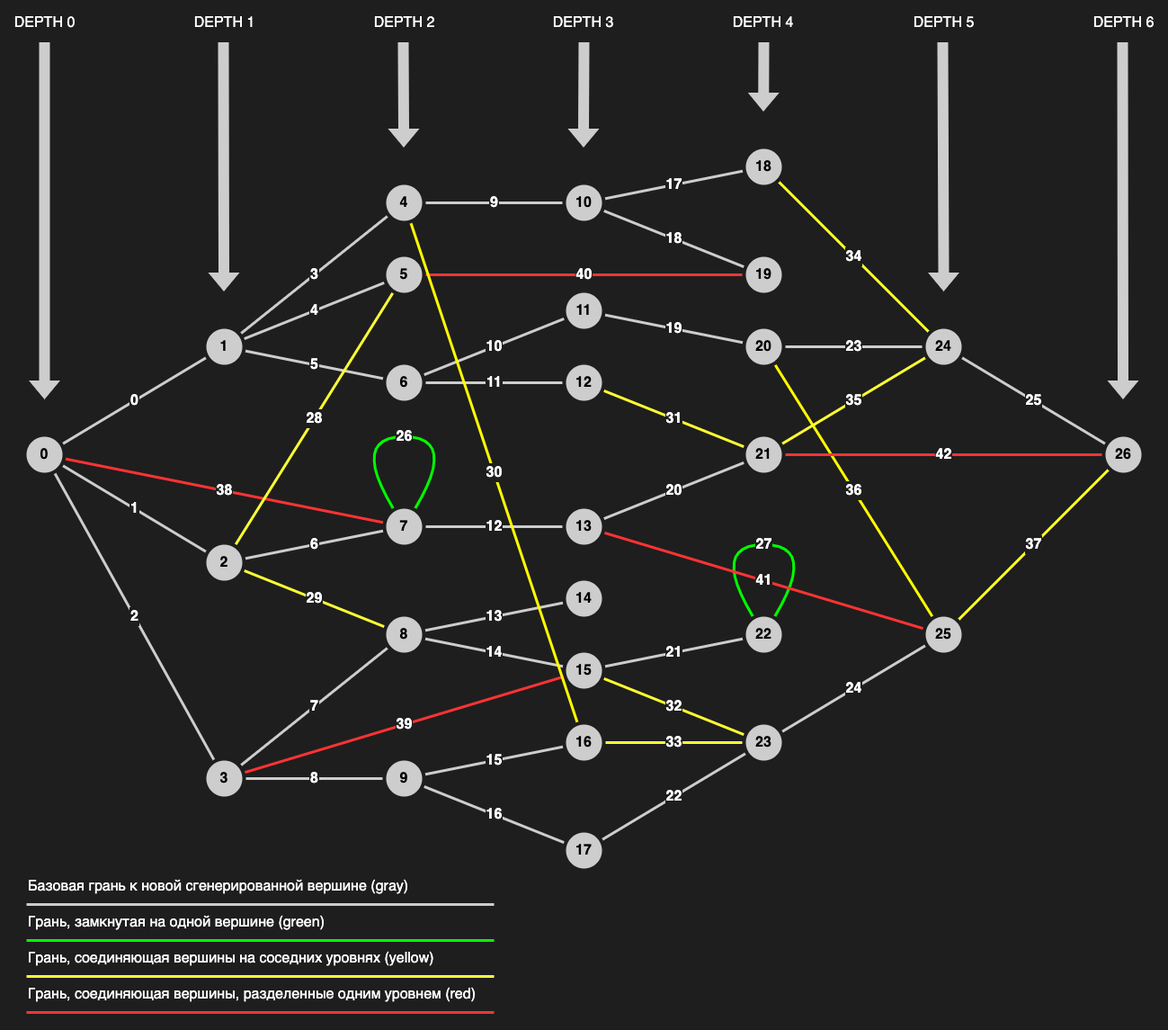
Earlier version of the draw.io export practice/task_04/graph.png (Friend-LGA/uni_course_cpp). Source tidied: cells renumbered, new cells last; positions are measured from the earlier drawing's top-left corner, leaving out a move shared by most shapes.
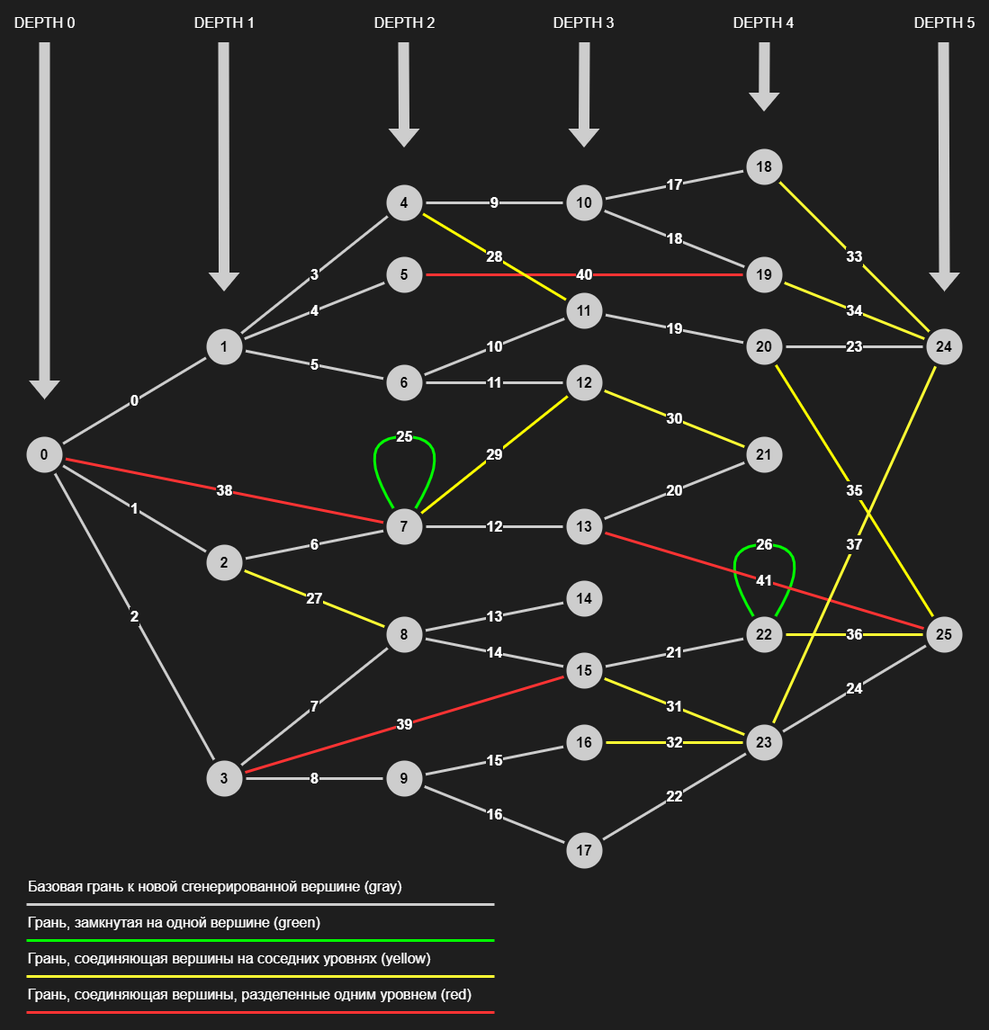
The same file after the commit.

Commit message:
Update task_04 graph image

What changed in the source:
```diff
@@ -20,7 +20,7 @@
     <mxCell id="7" value="6" style="edgeStyle=none;rounded=0;jettySize=auto;endArrow=none;endFill=0;fontSize=16;strokeWidth=3;labelBackgroundColor=#1e1e1e;fontColor=#FFFFFF;fontStyle=1;spacing=2;labelBorderColor=#1e1e1e;verticalAlign=middle;horizontal=1;html=1;shadow=0;strokeColor=#CDCDCD;jumpSize=6;targetPerimeterSpacing=4;sourcePerimeterSpacing=4;" parent="1" edge="1" source="9" target="15">
       <mxGeometry relative="1" as="geometry" />
     </mxCell>
-    <mxCell id="8" value="29" style="edgeStyle=none;rounded=0;jettySize=auto;endArrow=none;endFill=0;fontSize=16;strokeWidth=3;labelBackgroundColor=#1e1e1e;fontColor=#FFFFFF;fontStyle=1;spacing=2;labelBorderColor=#1e1e1e;verticalAlign=middle;horizontal=1;html=1;shadow=0;jumpSize=6;targetPerimeterSpacing=4;sourcePerimeterSpacing=4;strokeColor=#FFFF33;" parent="1" edge="1" source="9" target="16">
+    <mxCell id="8" value="27" style="edgeStyle=none;rounded=0;jettySize=auto;endArrow=none;endFill=0;fontSize=16;strokeWidth=3;labelBackgroundColor=#1e1e1e;fontColor=#FFFFFF;fontStyle=1;spacing=2;labelBorderColor=#1e1e1e;verticalAlign=middle;horizontal=1;html=1;shadow=0;jumpSize=6;targetPerimeterSpacing=4;sourcePerimeterSpacing=4;strokeColor=#FFFF33;" parent="1" edge="1" source="9" target="16">
       <mxGeometry relative="1" as="geometry" />
     </mxCell>
     <mxCell id="9" value="2" style="ellipse;strokeColor=none;fontStyle=1;fontSize=16;fillColor=#CDCDCD;html=1;whiteSpace=wrap;labelBorderColor=none;verticalAlign=middle;align=center;" parent="1" vertex="1">
@@ -104,7 +104,7 @@
     <mxCell id="35" value="9" style="edgeStyle=none;rounded=0;jettySize=auto;endArrow=none;endFill=0;fontSize=16;strokeWidth=3;labelBackgroundColor=#1e1e1e;fontColor=#FFFFFF;fontStyle=1;spacing=2;labelBorderColor=#1e1e1e;verticalAlign=middle;horizontal=1;html=1;shadow=0;strokeColor=#CDCDCD;jumpSize=6;targetPerimeterSpacing=4;sourcePerimeterSpacing=4;" parent="1" edge="1" source="12" target="29">
       <mxGeometry relative="1" as="geometry" />
     </mxCell>
-    <mxCell id="36" value="26" style="edgeStyle=none;orthogonalLoop=1;jettySize=auto;endArrow=none;endFill=0;fontSize=16;strokeWidth=3;labelBackgroundColor=#1e1e1e;fontColor=#FFFFFF;fontStyle=1;spacing=2;labelBorderColor=#1e1e1e;verticalAlign=middle;horizontal=1;html=1;shadow=0;jumpSize=6;targetPerimeterSpacing=4;sourcePerimeterSpacing=4;curved=1;strokeColor=#00FF00;" parent="1" edge="1" source="15" target="15">
+    <mxCell id="36" value="25" style="edgeStyle=none;orthogonalLoop=1;jettySize=auto;endArrow=none;endFill=0;fontSize=16;strokeWidth=3;labelBackgroundColor=#1e1e1e;fontColor=#FFFFFF;fontStyle=1;spacing=2;labelBorderColor=#1e1e1e;verticalAlign=middle;horizontal=1;html=1;shadow=0;jumpSize=6;targetPerimeterSpacing=4;sourcePerimeterSpacing=4;curved=1;strokeColor=#00FF00;" parent="1" edge="1" source="15" target="15">
       <mxGeometry relative="1" as="geometry">
         <Array as="points">
           <mxPoint x="360" y="440" />
@@ -118,10 +118,10 @@
     <mxCell id="38" value="22" style="edgeStyle=none;rounded=0;jettySize=auto;endArrow=none;endFill=0;fontSize=16;strokeWidth=3;labelBackgroundColor=#1e1e1e;fontColor=#FFFFFF;fontStyle=1;spacing=2;labelBorderColor=#1e1e1e;verticalAlign=middle;horizontal=1;html=1;shadow=0;strokeColor=#CDCDCD;jumpSize=6;targetPerimeterSpacing=4;sourcePerimeterSpacing=4;" parent="1" edge="1" source="22" target="43">
       <mxGeometry relative="1" as="geometry" />
     </mxCell>
-    <mxCell id="39" value="33" style="edgeStyle=none;rounded=0;jettySize=auto;endArrow=none;endFill=0;fontSize=16;strokeWidth=3;labelBackgroundColor=#1e1e1e;fontColor=#FFFFFF;fontStyle=1;spacing=2;labelBorderColor=#1e1e1e;verticalAlign=middle;horizontal=1;html=1;shadow=0;jumpSize=6;targetPerimeterSpacing=4;sourcePerimeterSpacing=4;strokeColor=#FFFF33;" parent="1" edge="1" source="21" target="43">
+    <mxCell id="39" value="32" style="edgeStyle=none;rounded=0;jettySize=auto;endArrow=none;endFill=0;fontSize=16;strokeWidth=3;labelBackgroundColor=#1e1e1e;fontColor=#FFFFFF;fontStyle=1;spacing=2;labelBorderColor=#1e1e1e;verticalAlign=middle;horizontal=1;html=1;shadow=0;jumpSize=6;targetPerimeterSpacing=4;sourcePerimeterSpacing=4;strokeColor=#FFFF33;" parent="1" edge="1" source="21" target="43">
       <mxGeometry relative="1" as="geometry" />
     </mxCell>
-    <mxCell id="40" value="32" style="edgeStyle=none;rounded=0;jettySize=auto;endArrow=none;endFill=0;fontSize=16;strokeWidth=3;labelBackgroundColor=#1e1e1e;fontColor=#FFFFFF;fontStyle=1;spacing=2;labelBorderColor=#1e1e1e;verticalAlign=middle;horizontal=1;html=1;shadow=0;jumpSize=6;targetPerimeterSpacing=4;sourcePerimeterSpacing=4;strokeColor=#FFFF33;" parent="1" edge="1" source="26" target="43">
+    <mxCell id="40" value="31" style="edgeStyle=none;rounded=0;jettySize=auto;endArrow=none;endFill=0;fontSize=16;strokeWidth=3;labelBackgroundColor=#1e1e1e;fontColor=#FFFFFF;fontStyle=1;spacing=2;labelBorderColor=#1e1e1e;verticalAlign=middle;horizontal=1;html=1;shadow=0;jumpSize=6;targetPerimeterSpacing=4;sourcePerimeterSpacing=4;strokeColor=#FFFF33;" parent="1" edge="1" source="26" target="43">
       <mxGeometry relative="1" as="geometry" />
     </mxCell>
     <mxCell id="41" value="20" style="edgeStyle=none;rounded=0;jettySize=auto;endArrow=none;endFill=0;fontSize=16;strokeWidth=3;labelBackgroundColor=#1e1e1e;fontColor=#FFFFFF;fontStyle=1;spacing=2;labelBorderColor=#1e1e1e;verticalAlign=middle;horizontal=1;html=1;shadow=0;strokeColor=#CDCDCD;jumpSize=6;targetPerimeterSpacing=4;sourcePerimeterSpacing=4;" parent="1" edge="1" source="27" target="44">
@@ -136,7 +136,7 @@
     <mxCell id="44" value="21" style="ellipse;strokeColor=none;fontStyle=1;fontSize=16;fillColor=#CDCDCD;html=1;whiteSpace=wrap;labelBorderColor=none;verticalAlign=middle;align=center;" parent="1" vertex="1">
       <mxGeometry x="800" y="440" width="40" height="40" as="geometry" />
     </mxCell>
-    <mxCell id="45" value="31" style="edgeStyle=none;rounded=0;jettySize=auto;endArrow=none;endFill=0;fontSize=16;strokeWidth=3;labelBackgroundColor=#1e1e1e;fontColor=#FFFFFF;fontStyle=1;spacing=2;labelBorderColor=#1e1e1e;verticalAlign=middle;horizontal=1;html=1;shadow=0;jumpSize=6;targetPerimeterSpacing=4;sourcePerimeterSpacing=4;strokeColor=#FFFF33;" parent="1" edge="1" source="28" target="44">
+    <mxCell id="45" value="30" style="edgeStyle=none;rounded=0;jettySize=auto;endArrow=none;endFill=0;fontSize=16;strokeWidth=3;labelBackgroundColor=#1e1e1e;fontColor=#FFFFFF;fontStyle=1;spacing=2;labelBorderColor=#1e1e1e;verticalAlign=middle;horizontal=1;html=1;shadow=0;jumpSize=6;targetPerimeterSpacing=4;sourcePerimeterSpacing=4;strokeColor=#FFFF33;" parent="1" edge="1" source="28" target="44">
       <mxGeometry relative="1" as="geometry" />
     </mxCell>
     <mxCell id="46" value="19" style="edgeStyle=none;rounded=0;jettySize=auto;endArrow=none;endFill=0;fontSize=16;strokeWidth=3;labelBackgroundColor=#1e1e1e;fontColor=#FFFFFF;fontStyle=1;spacing=2;labelBorderColor=#1e1e1e;verticalAlign=middle;horizontal=1;html=1;shadow=0;strokeColor=#CDCDCD;jumpSize=6;targetPerimeterSpacing=4;sourcePerimeterSpacing=4;" parent="1" edge="1" source="42" target="50">
@@ -163,7 +163,7 @@
     <mxCell id="53" value="18" style="ellipse;strokeColor=none;fontStyle=1;fontSize=16;fillColor=#CDCDCD;html=1;whiteSpace=wrap;labelBorderColor=none;verticalAlign=middle;align=center;" parent="1" vertex="1">
       <mxGeometry x="800" y="120" width="40" height="40" as="geometry" />
     </mxCell>
-    <mxCell id="54" value="27" style="edgeStyle=none;orthogonalLoop=1;jettySize=auto;endArrow=none;endFill=0;fontSize=16;strokeWidth=3;labelBackgroundColor=#1e1e1e;fontColor=#FFFFFF;fontStyle=1;spacing=2;labelBorderColor=#1e1e1e;verticalAlign=middle;horizontal=1;html=1;shadow=0;jumpSize=6;targetPerimeterSpacing=4;sourcePerimeterSpacing=4;curved=1;strokeColor=#00FF00;" parent="1" edge="1" source="52" target="52">
+    <mxCell id="54" value="26" style="edgeStyle=none;orthogonalLoop=1;jettySize=auto;endArrow=none;endFill=0;fontSize=16;strokeWidth=3;labelBackgroundColor=#1e1e1e;fontColor=#FFFFFF;fontStyle=1;spacing=2;labelBorderColor=#1e1e1e;verticalAlign=middle;horizontal=1;html=1;shadow=0;jumpSize=6;targetPerimeterSpacing=4;sourcePerimeterSpacing=4;curved=1;strokeColor=#00FF00;" parent="1" edge="1" source="52" target="52">
       <mxGeometry relative="1" as="geometry">
         <Array as="points">
           <mxPoint x="760" y="560" />
@@ -174,19 +174,16 @@
     <mxCell id="55" value="7" style="edgeStyle=none;rounded=0;jettySize=auto;endArrow=none;endFill=0;fontSize=16;strokeWidth=3;labelBackgroundColor=#1e1e1e;fontColor=#FFFFFF;fontStyle=1;spacing=2;labelBorderColor=#1e1e1e;verticalAlign=middle;horizontal=1;html=1;shadow=0;strokeColor=#CDCDCD;jumpSize=6;targetPerimeterSpacing=4;sourcePerimeterSpacing=4;" parent="1" edge="1" source="11" target="16">
       <mxGeometry relative="1" as="geometry" />
     </mxCell>
-    <mxCell id="56" value="36" style="edgeStyle=none;rounded=0;jettySize=auto;endArrow=none;endFill=0;fontSize=16;strokeWidth=3;labelBackgroundColor=#1e1e1e;fontColor=#FFFFFF;fontStyle=1;spacing=2;labelBorderColor=#1e1e1e;verticalAlign=middle;horizontal=1;html=1;shadow=0;jumpSize=6;targetPerimeterSpacing=4;sourcePerimeterSpacing=4;strokeColor=#FFFF00;" parent="1" edge="1" source="50" target="61">
+    <mxCell id="56" value="35" style="edgeStyle=none;rounded=0;jettySize=auto;endArrow=none;endFill=0;fontSize=16;strokeWidth=3;labelBackgroundColor=#1e1e1e;fontColor=#FFFFFF;fontStyle=1;spacing=2;labelBorderColor=#1e1e1e;verticalAlign=middle;horizontal=1;html=1;shadow=0;jumpSize=6;targetPerimeterSpacing=4;sourcePerimeterSpacing=4;strokeColor=#FFFF00;" parent="1" edge="1" source="50" target="61">
       <mxGeometry relative="1" as="geometry" />
     </mxCell>
     <mxCell id="57" value="24" style="edgeStyle=none;rounded=0;jettySize=auto;endArrow=none;endFill=0;fontSize=16;strokeWidth=3;labelBackgroundColor=#1e1e1e;fontColor=#FFFFFF;fontStyle=1;spacing=2;labelBorderColor=#1e1e1e;verticalAlign=middle;horizontal=1;html=1;shadow=0;strokeColor=#CDCDCD;jumpSize=6;targetPerimeterSpacing=4;sourcePerimeterSpacing=4;" parent="1" edge="1" source="43" target="61">
       <mxGeometry relative="1" as="geometry" />
     </mxCell>
-    <mxCell id="58" value="35" style="edgeStyle=none;rounded=0;jettySize=auto;endArrow=none;endFill=0;fontSize=16;strokeWidth=3;labelBackgroundColor=#1e1e1e;fontColor=#FFFFFF;fontStyle=1;spacing=2;labelBorderColor=#1e1e1e;verticalAlign=middle;horizontal=1;html=1;shadow=0;jumpSize=6;targetPerimeterSpacing=4;sourcePerimeterSpacing=4;strokeColor=#FFFF33;" parent="1" edge="1" source="44" target="62">
-      <mxGeometry relative="1" as="geometry" />
-    </mxCell>
     <mxCell id="59" value="23" style="edgeStyle=none;rounded=0;jettySize=auto;endArrow=none;endFill=0;fontSize=16;strokeWidth=3;labelBackgroundColor=#1e1e1e;fontColor=#FFFFFF;fontStyle=1;spacing=2;labelBorderColor=#1e1e1e;verticalAlign=middle;horizontal=1;html=1;shadow=0;strokeColor=#CDCDCD;jumpSize=6;targetPerimeterSpacing=4;sourcePerimeterSpacing=4;" parent="1" edge="1" source="50" target="62">
       <mxGeometry relative="1" as="geometry" />
     </mxCell>
-    <mxCell id="60" value="34" style="edgeStyle=none;rounded=0;jettySize=auto;endArrow=none;endFill=0;fontSize=16;strokeWidth=3;labelBackgroundColor=#1e1e1e;fontColor=#FFFFFF;fontStyle=1;spacing=2;labelBorderColor=#1e1e1e;verticalAlign=middle;horizontal=1;html=1;shadow=0;jumpSize=6;targetPerimeterSpacing=4;sourcePerimeterSpacing=4;strokeColor=#FFFF33;" parent="1" edge="1" source="53" target="62">
+    <mxCell id="60" value="33" style="edgeStyle=none;rounded=0;jettySize=auto;endArrow=none;endFill=0;fontSize=16;strokeWidth=3;labelBackgroundColor=#1e1e1e;fontColor=#FFFFFF;fontStyle=1;spacing=2;labelBorderColor=#1e1e1e;verticalAlign=middle;horizontal=1;html=1;shadow=0;jumpSize=6;targetPerimeterSpacing=4;sourcePerimeterSpacing=4;strokeColor=#FFFF33;" parent="1" edge="1" source="53" target="62">
       <mxGeometry relative="1" as="geometry" />
     </mxCell>
     <mxCell id="61" value="25" style="ellipse;strokeColor=none;fontStyle=1;fontSize=16;fillColor=#CDCDCD;html=1;whiteSpace=wrap;labelBorderColor=none;verticalAlign=middle;align=center;" parent="1" vertex="1">
@@ -195,15 +192,6 @@
     <mxCell id="62" value="24" style="ellipse;strokeColor=none;fontStyle=1;fontSize=16;fillColor=#CDCDCD;html=1;whiteSpace=wrap;labelBorderColor=none;verticalAlign=middle;align=center;" parent="1" vertex="1">
       <mxGeometry x="1000" y="320" width="40" height="40" as="geometry" />
     </mxCell>
-    <mxCell id="63" value="26" style="ellipse;strokeColor=none;fontStyle=1;fontSize=16;fillColor=#CDCDCD;html=1;whiteSpace=wrap;labelBorderColor=none;verticalAlign=middle;align=center;" parent="1" vertex="1">
-      <mxGeometry x="1200" y="440" width="40" height="40" as="geometry" />
-    </mxCell>
-    <mxCell id="64" value="25" style="edgeStyle=none;rounded=0;jettySize=auto;endArrow=none;endFill=0;fontSize=16;strokeWidth=3;labelBackgroundColor=#1e1e1e;fontColor=#FFFFFF;fontStyle=1;spacing=2;labelBorderColor=#1e1e1e;verticalAlign=middle;horizontal=1;html=1;shadow=0;strokeColor=#CDCDCD;jumpSize=6;targetPerimeterSpacing=4;sourcePerimeterSpacing=4;" parent="1" edge="1" source="62" target="63">
-      <mxGeometry relative="1" as="geometry" />
-    </mxCell>
-    <mxCell id="65" value="37" style="edgeStyle=none;rounded=0;jettySize=auto;endArrow=none;endFill=0;fontSize=16;strokeWidth=3;labelBackgroundColor=#1e1e1e;fontColor=#FFFFFF;fontStyle=1;spacing=2;labelBorderColor=#1e1e1e;verticalAlign=middle;horizontal=1;html=1;shadow=0;jumpSize=6;targetPerimeterSpacing=4;sourcePerimeterSpacing=4;strokeColor=#FFFF33;" parent="1" edge="1" source="63" target="61">
-      <mxGeometry relative="1" as="geometry" />
-    </mxCell>
     <mxCell id="66" value="DEPTH 0" style="shape=flexArrow;endArrow=classic;html=1;fillColor=#CDCDCD;fontSize=16;fontStyle=0;fontColor=#FFFFFF;labelBackgroundColor=none;strokeWidth=3;strokeColor=none;rounded=1;" parent="1" edge="1">
       <mxGeometry x="-1" y="-20" relative="1" as="geometry">
         <mxPoint x="20" as="sourcePoint" />
@@ -246,13 +234,6 @@
         <mxPoint x="-19" y="-20" as="offset" />
       </mxGeometry>
     </mxCell>
-    <mxCell id="72" value="DEPTH 6&lt;br&gt;" style="shape=flexArrow;endArrow=classic;html=1;fillColor=#CDCDCD;fontSize=16;fontStyle=0;fontColor=#FFFFFF;labelBackgroundColor=none;strokeWidth=3;strokeColor=none;rounded=1;" parent="1" edge="1">
-      <mxGeometry x="-1" y="20" relative="1" as="geometry">
-        <mxPoint x="1219" as="sourcePoint" />
-        <mxPoint x="1219.5" y="400" as="targetPoint" />
-        <mxPoint x="-19" y="-20" as="offset" />
-      </mxGeometry>
-    </mxCell>
     <mxCell id="73" value="38" style="endArrow=none;endFill=0;fontSize=16;strokeWidth=3;labelBackgroundColor=#1e1e1e;fontColor=#FFFFFF;fontStyle=1;spacing=2;labelBorderColor=#1e1e1e;verticalAlign=middle;horizontal=1;html=1;shadow=0;jumpSize=6;targetPerimeterSpacing=4;sourcePerimeterSpacing=4;strokeColor=#FF3333;" parent="1" edge="1" source="2" target="15">
       <mxGeometry relative="1" as="geometry" />
     </mxCell>
@@ -265,13 +246,7 @@
     <mxCell id="76" value="41" style="endArrow=none;endFill=0;fontSize=16;strokeWidth=3;labelBackgroundColor=#1e1e1e;fontColor=#FFFFFF;fontStyle=1;spacing=2;labelBorderColor=#1e1e1e;verticalAlign=middle;horizontal=1;html=1;shadow=0;jumpSize=6;targetPerimeterSpacing=4;sourcePerimeterSpacing=4;strokeColor=#FF3333;" parent="1" edge="1" source="61" target="27">
       <mxGeometry relative="1" as="geometry" />
     </mxCell>
-    <mxCell id="77" value="42" style="endArrow=none;endFill=0;fontSize=16;strokeWidth=3;labelBackgroundColor=#1e1e1e;fontColor=#FFFFFF;fontStyle=1;spacing=2;labelBorderColor=#1e1e1e;verticalAlign=middle;horizontal=1;html=1;shadow=0;jumpSize=6;targetPerimeterSpacing=4;sourcePerimeterSpacing=4;strokeColor=#FF3333;" parent="1" edge="1" source="63" target="44">
-      <mxGeometry relative="1" as="geometry" />
-    </mxCell>
-    <mxCell id="78" value="28" style="endArrow=none;endFill=0;fontSize=16;strokeWidth=3;labelBackgroundColor=#1e1e1e;fontColor=#FFFFFF;fontStyle=1;spacing=2;labelBorderColor=#1e1e1e;verticalAlign=middle;horizontal=1;html=1;shadow=0;jumpSize=6;targetPerimeterSpacing=4;sourcePerimeterSpacing=4;strokeColor=#FFFF33;" parent="1" edge="1" source="14" target="9">
-      <mxGeometry relative="1" as="geometry" />
-    </mxCell>
-    <mxCell id="79" value="30" style="endArrow=none;endFill=0;fontSize=16;strokeWidth=3;labelBackgroundColor=#1e1e1e;fontColor=#FFFFFF;fontStyle=1;spacing=2;labelBorderColor=#1e1e1e;verticalAlign=middle;horizontal=1;html=1;shadow=0;jumpSize=6;targetPerimeterSpacing=4;sourcePerimeterSpacing=4;strokeColor=#FFFF00;" parent="1" edge="1" source="12" target="21">
+    <mxCell id="79" value="28" style="endArrow=none;endFill=0;fontSize=16;strokeWidth=3;labelBackgroundColor=#1e1e1e;fontColor=#FFFFFF;fontStyle=1;spacing=2;labelBorderColor=#1e1e1e;verticalAlign=middle;horizontal=1;html=1;shadow=0;jumpSize=6;targetPerimeterSpacing=4;sourcePerimeterSpacing=4;strokeColor=#FFFF00;" parent="1" edge="1" source="12" target="42">
       <mxGeometry relative="1" as="geometry" />
     </mxCell>
     <mxCell id="80" value="Базовая грань к новой сгенерированной вершине (gray)" style="endArrow=none;endFill=0;fontSize=16;strokeWidth=3;labelBackgroundColor=none;fontColor=#FFFFFF;fontStyle=0;spacing=2;labelBorderColor=none;verticalAlign=middle;horizontal=1;html=1;shadow=0;strokeColor=#CDCDCD;jumpSize=6;targetPerimeterSpacing=4;sourcePerimeterSpacing=4;align=left;" parent="1" edge="1">
@@ -298,5 +273,17 @@
         <mxPoint y="1080" as="targetPoint" />
       </mxGeometry>
     </mxCell>
+    <mxCell id="84" value="36" style="edgeStyle=none;rounded=0;jettySize=auto;endArrow=none;endFill=0;fontSize=16;strokeWidth=3;labelBackgroundColor=#1e1e1e;fontColor=#FFFFFF;fontStyle=1;spacing=2;labelBorderColor=#1e1e1e;verticalAlign=middle;horizontal=1;html=1;shadow=0;jumpSize=6;targetPerimeterSpacing=4;sourcePerimeterSpacing=4;strokeColor=#FFFF33;" parent="1" edge="1" source="52" target="61">
+      <mxGeometry relative="1" as="geometry" />
+    </mxCell>
+    <mxCell id="85" value="29" style="endArrow=none;endFill=0;fontSize=16;strokeWidth=3;labelBackgroundColor=#1e1e1e;fontColor=#FFFFFF;fontStyle=1;spacing=2;labelBorderColor=#1e1e1e;verticalAlign=middle;horizontal=1;html=1;shadow=0;jumpSize=6;targetPerimeterSpacing=4;sourcePerimeterSpacing=4;strokeColor=#FFFF00;" parent="1" edge="1" source="15" target="28">
+      <mxGeometry relative="1" as="geometry" />
+    </mxCell>
+    <mxCell id="65" value="37" style="edgeStyle=none;rounded=0;jettySize=auto;endArrow=none;endFill=0;fontSize=16;strokeWidth=3;labelBackgroundColor=#1e1e1e;fontColor=#FFFFFF;fontStyle=1;spacing=2;labelBorderColor=#1e1e1e;verticalAlign=middle;horizontal=1;html=1;shadow=0;jumpSize=6;targetPerimeterSpacing=4;sourcePerimeterSpacing=4;strokeColor=#FFFF33;" parent="1" edge="1" source="43" target="62">
+      <mxGeometry relative="1" as="geometry" />
+    </mxCell>
+    <mxCell id="86" value="34" style="edgeStyle=none;rounded=0;jettySize=auto;endArrow=none;endFill=0;fontSize=16;strokeWidth=3;labelBackgroundColor=#1e1e1e;fontColor=#FFFFFF;fontStyle=1;spacing=2;labelBorderColor=#1e1e1e;verticalAlign=middle;horizontal=1;html=1;shadow=0;jumpSize=6;targetPerimeterSpacing=4;sourcePerimeterSpacing=4;strokeColor=#FFFF33;" parent="1" edge="1" source="51" target="62">
+      <mxGeometry relative="1" as="geometry" />
+    </mxCell>
   </root>
 </mxGraphModel>
```
